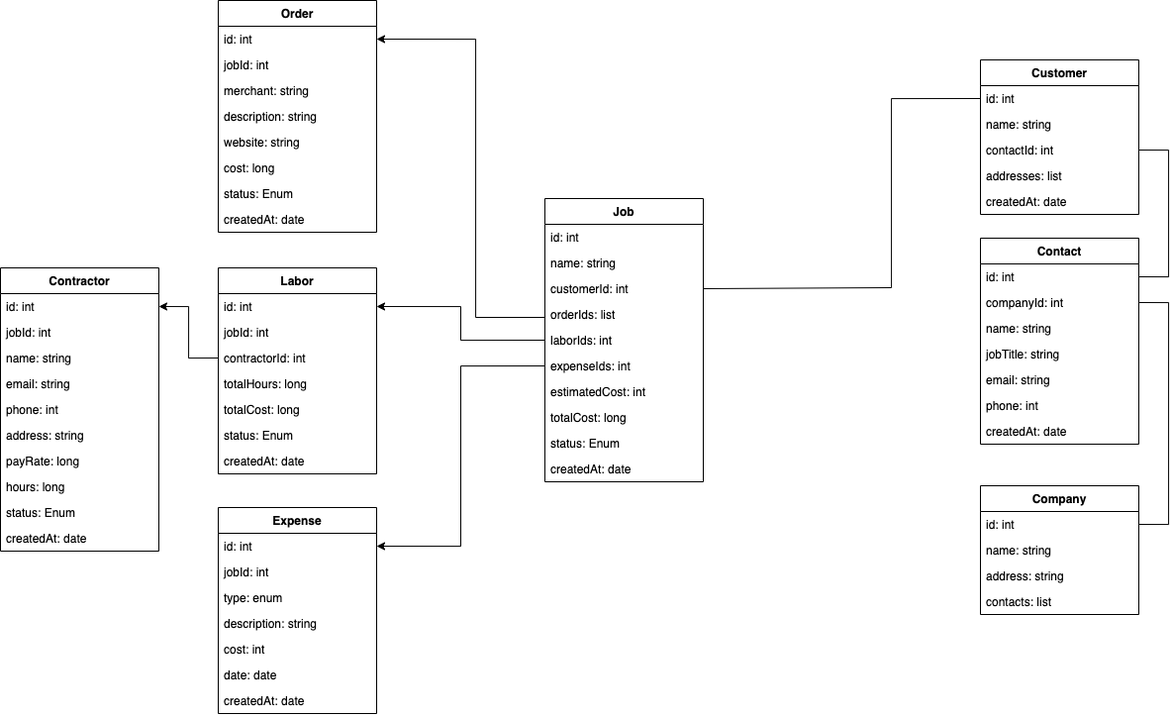
Before: Database Relationships.png, a diagram exported from draw.io (joshuarreid/JobManager). Source tidied: cells renumbered, new cells last; positions are measured from the earlier drawing's top-left corner, leaving out a move shared by most shapes.
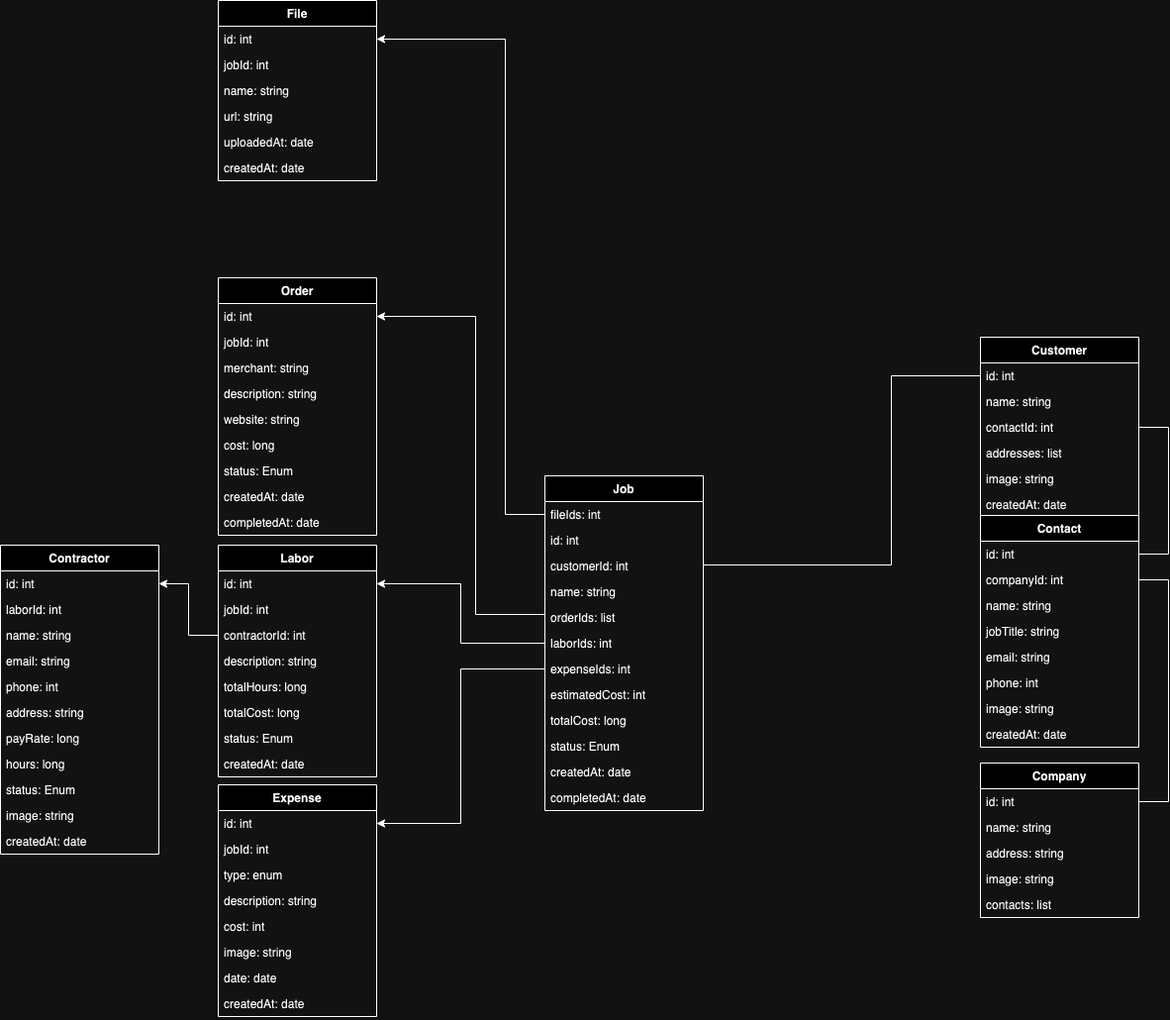
After the change.

Change to the diagram source:
```diff
@@ -3,7 +3,7 @@
     <mxCell id="0" />
     <mxCell id="1" parent="0" />
     <mxCell id="2" value="Customer" style="swimlane;fontStyle=1;align=center;verticalAlign=top;horizontal=1;startSize=26;" parent="1" vertex="1">
-      <mxGeometry x="990" y="60" width="160" height="156" as="geometry" />
+      <mxGeometry x="990" y="60" width="160" height="182" as="geometry" />
     </mxCell>
     <mxCell id="3" value="id: int" style="text;strokeColor=none;fillColor=none;align=left;verticalAlign=top;spacingLeft=4;spacingRight=4;overflow=hidden;points=[[0,0.5],[1,0.5]];portConstraint=eastwest;" parent="2" vertex="1">
       <mxGeometry y="26" width="160" height="26" as="geometry" />
@@ -17,11 +17,14 @@
     <mxCell id="6" value="addresses: list" style="text;strokeColor=none;fillColor=none;align=left;verticalAlign=top;spacingLeft=4;spacingRight=4;overflow=hidden;" parent="2" vertex="1">
       <mxGeometry y="104" width="160" height="26" as="geometry" />
     </mxCell>
+    <mxCell id="75" value="image: string" style="text;strokeColor=none;fillColor=none;align=left;verticalAlign=top;spacingLeft=4;spacingRight=4;overflow=hidden;" parent="2" vertex="1">
+      <mxGeometry y="130" width="160" height="26" as="geometry" />
+    </mxCell>
     <mxCell id="7" value="createdAt: date " style="text;strokeColor=none;fillColor=none;align=left;verticalAlign=top;spacingLeft=4;spacingRight=4;overflow=hidden;" parent="2" vertex="1">
-      <mxGeometry y="130" width="160" height="26" as="geometry" />
+      <mxGeometry y="156" width="160" height="26" as="geometry" />
     </mxCell>
     <mxCell id="8" value="Company" style="swimlane;fontStyle=1;align=center;verticalAlign=top;horizontal=1;startSize=26;" parent="1" vertex="1">
-      <mxGeometry x="990" y="490" width="160" height="130" as="geometry" />
+      <mxGeometry x="990" y="490" width="160" height="156" as="geometry" />
     </mxCell>
     <mxCell id="9" value="id: int" style="text;strokeColor=none;fillColor=none;align=left;verticalAlign=top;spacingLeft=4;spacingRight=4;overflow=hidden;points=[[0,0.5],[1,0.5]];portConstraint=eastwest;" parent="8" vertex="1">
       <mxGeometry y="26" width="160" height="26" as="geometry" />
@@ -32,11 +35,14 @@
     <mxCell id="11" value="address: string" style="text;strokeColor=none;fillColor=none;align=left;verticalAlign=top;spacingLeft=4;spacingRight=4;overflow=hidden;" parent="8" vertex="1">
       <mxGeometry y="78" width="160" height="26" as="geometry" />
     </mxCell>
+    <mxCell id="76" value="image: string" style="text;strokeColor=none;fillColor=none;align=left;verticalAlign=top;spacingLeft=4;spacingRight=4;overflow=hidden;" parent="8" vertex="1">
+      <mxGeometry y="104" width="160" height="26" as="geometry" />
+    </mxCell>
     <mxCell id="12" value="contacts: list" style="text;strokeColor=none;fillColor=none;align=left;verticalAlign=top;spacingLeft=4;spacingRight=4;overflow=hidden;" parent="8" vertex="1">
-      <mxGeometry y="104" width="160" height="26" as="geometry" />
+      <mxGeometry y="130" width="160" height="26" as="geometry" />
     </mxCell>
     <mxCell id="13" value="Contact" style="swimlane;fontStyle=1;align=center;verticalAlign=top;horizontal=1;startSize=26;" parent="1" vertex="1">
-      <mxGeometry x="990" y="240" width="160" height="208" as="geometry" />
+      <mxGeometry x="990" y="240" width="160" height="234" as="geometry" />
     </mxCell>
     <mxCell id="14" value="id: int" style="text;strokeColor=none;fillColor=none;align=left;verticalAlign=top;spacingLeft=4;spacingRight=4;overflow=hidden;points=[[0,0.5],[1,0.5]];portConstraint=eastwest;" parent="13" vertex="1">
       <mxGeometry y="26" width="160" height="26" as="geometry" />
@@ -56,44 +62,53 @@
     <mxCell id="19" value="phone: int" style="text;strokeColor=none;fillColor=none;align=left;verticalAlign=top;spacingLeft=4;spacingRight=4;overflow=hidden;" parent="13" vertex="1">
       <mxGeometry y="156" width="160" height="26" as="geometry" />
     </mxCell>
+    <mxCell id="77" value="image: string" style="text;strokeColor=none;fillColor=none;align=left;verticalAlign=top;spacingLeft=4;spacingRight=4;overflow=hidden;" parent="13" vertex="1">
+      <mxGeometry y="182" width="160" height="26" as="geometry" />
+    </mxCell>
     <mxCell id="20" value="createdAt: date " style="text;strokeColor=none;fillColor=none;align=left;verticalAlign=top;spacingLeft=4;spacingRight=4;overflow=hidden;" parent="13" vertex="1">
-      <mxGeometry y="182" width="160" height="26" as="geometry" />
+      <mxGeometry y="208" width="160" height="26" as="geometry" />
     </mxCell>
     <mxCell id="21" value="Job" style="swimlane;fontStyle=1;align=center;verticalAlign=top;horizontal=1;startSize=26;" parent="1" vertex="1">
-      <mxGeometry x="550" y="200" width="160" height="286" as="geometry" />
+      <mxGeometry x="550" y="200" width="160" height="338" as="geometry" />
     </mxCell>
+    <mxCell id="78" value="fileIds: int" style="text;strokeColor=none;fillColor=none;align=left;verticalAlign=top;spacingLeft=4;spacingRight=4;overflow=hidden;points=[[0,0.5],[1,0.5]];portConstraint=eastwest;" parent="21" vertex="1">
+      <mxGeometry y="26" width="160" height="26" as="geometry" />
+    </mxCell>
     <mxCell id="22" value="id: int" style="text;strokeColor=none;fillColor=none;align=left;verticalAlign=top;spacingLeft=4;spacingRight=4;overflow=hidden;" parent="21" vertex="1">
-      <mxGeometry y="26" width="160" height="26" as="geometry" />
+      <mxGeometry y="52" width="160" height="26" as="geometry" />
     </mxCell>
+    <mxCell id="24" value="customerId: int" style="text;strokeColor=none;fillColor=none;align=left;verticalAlign=top;spacingLeft=4;spacingRight=4;overflow=hidden;points=[[0,0.5],[1,0.5]];portConstraint=eastwest;" parent="21" vertex="1">
+      <mxGeometry y="78" width="160" height="26" as="geometry" />
+    </mxCell>
     <mxCell id="23" value="name: string" style="text;strokeColor=none;fillColor=none;align=left;verticalAlign=top;spacingLeft=4;spacingRight=4;overflow=hidden;" parent="21" vertex="1">
-      <mxGeometry y="52" width="160" height="26" as="geometry" />
+      <mxGeometry y="104" width="160" height="26" as="geometry" />
     </mxCell>
-    <mxCell id="24" value="customerId: int" style="text;strokeColor=none;fillColor=none;align=left;verticalAlign=top;spacingLeft=4;spacingRight=4;overflow=hidden;points=[[0,0.5],[1,0.5]];portConstraint=eastwest;" parent="21" vertex="1">
-      <mxGeometry y="78" width="160" height="26" as="geometry" />
-    </mxCell>
     <mxCell id="25" value="orderIds: list" style="text;strokeColor=none;fillColor=none;align=left;verticalAlign=top;spacingLeft=4;spacingRight=4;overflow=hidden;points=[[0,0.5],[1,0.5]];portConstraint=eastwest;" parent="21" vertex="1">
-      <mxGeometry y="104" width="160" height="26" as="geometry" />
+      <mxGeometry y="130" width="160" height="26" as="geometry" />
     </mxCell>
     <mxCell id="26" value="laborIds: int" style="text;strokeColor=none;fillColor=none;align=left;verticalAlign=top;spacingLeft=4;spacingRight=4;overflow=hidden;points=[[0,0.5],[1,0.5]];portConstraint=eastwest;" parent="21" vertex="1">
-      <mxGeometry y="130" width="160" height="26" as="geometry" />
+      <mxGeometry y="156" width="160" height="26" as="geometry" />
     </mxCell>
     <mxCell id="27" value="expenseIds: int" style="text;strokeColor=none;fillColor=none;align=left;verticalAlign=top;spacingLeft=4;spacingRight=4;overflow=hidden;points=[[0,0.5],[1,0.5]];portConstraint=eastwest;" parent="21" vertex="1">
-      <mxGeometry y="156" width="160" height="26" as="geometry" />
+      <mxGeometry y="182" width="160" height="26" as="geometry" />
     </mxCell>
     <mxCell id="28" value="estimatedCost: int" style="text;strokeColor=none;fillColor=none;align=left;verticalAlign=top;spacingLeft=4;spacingRight=4;overflow=hidden;" parent="21" vertex="1">
-      <mxGeometry y="182" width="160" height="26" as="geometry" />
+      <mxGeometry y="208" width="160" height="26" as="geometry" />
     </mxCell>
     <mxCell id="29" value="totalCost: long" style="text;strokeColor=none;fillColor=none;align=left;verticalAlign=top;spacingLeft=4;spacingRight=4;overflow=hidden;" parent="21" vertex="1">
-      <mxGeometry y="208" width="160" height="26" as="geometry" />
+      <mxGeometry y="234" width="160" height="26" as="geometry" />
     </mxCell>
     <mxCell id="30" value="status: Enum" style="text;strokeColor=none;fillColor=none;align=left;verticalAlign=top;spacingLeft=4;spacingRight=4;overflow=hidden;" parent="21" vertex="1">
-      <mxGeometry y="234" width="160" height="26" as="geometry" />
+      <mxGeometry y="260" width="160" height="26" as="geometry" />
     </mxCell>
     <mxCell id="31" value="createdAt: date " style="text;strokeColor=none;fillColor=none;align=left;verticalAlign=top;spacingLeft=4;spacingRight=4;overflow=hidden;" parent="21" vertex="1">
-      <mxGeometry y="260" width="160" height="26" as="geometry" />
+      <mxGeometry y="286" width="160" height="26" as="geometry" />
     </mxCell>
+    <mxCell id="79" value="completedAt: date " style="text;strokeColor=none;fillColor=none;align=left;verticalAlign=top;spacingLeft=4;spacingRight=4;overflow=hidden;" parent="21" vertex="1">
+      <mxGeometry y="312" width="160" height="26" as="geometry" />
+    </mxCell>
     <mxCell id="32" value="Order" style="swimlane;fontStyle=1;align=center;verticalAlign=top;horizontal=1;startSize=26;" parent="1" vertex="1">
-      <mxGeometry x="220" width="160" height="234" as="geometry" />
+      <mxGeometry x="220" width="160" height="260" as="geometry" />
     </mxCell>
     <mxCell id="33" value="id: int" style="text;strokeColor=none;fillColor=none;align=left;verticalAlign=top;spacingLeft=4;spacingRight=4;overflow=hidden;points=[[0,0.5],[1,0.5]];portConstraint=eastwest;" parent="32" vertex="1">
       <mxGeometry y="26" width="160" height="26" as="geometry" />
@@ -119,6 +134,9 @@
     <mxCell id="40" value="createdAt: date " style="text;strokeColor=none;fillColor=none;align=left;verticalAlign=top;spacingLeft=4;spacingRight=4;overflow=hidden;" parent="32" vertex="1">
       <mxGeometry y="208" width="160" height="26" as="geometry" />
     </mxCell>
+    <mxCell id="80" value="completedAt: date " style="text;strokeColor=none;fillColor=none;align=left;verticalAlign=top;spacingLeft=4;spacingRight=4;overflow=hidden;" parent="32" vertex="1">
+      <mxGeometry y="234" width="160" height="26" as="geometry" />
+    </mxCell>
     <mxCell id="41" style="endArrow=none;html=1;rounded=0;exitX=1;exitY=0.5;exitDx=0;exitDy=0;entryX=0;entryY=0.5;entryDx=0;entryDy=0;edgeStyle=orthogonalEdgeStyle;" parent="1" edge="1" source="24" target="3">
       <mxGeometry relative="1" as="geometry">
         <Array as="points">
@@ -145,7 +163,7 @@
       </mxGeometry>
     </mxCell>
     <mxCell id="44" value="Labor" style="swimlane;fontStyle=1;align=center;verticalAlign=top;horizontal=1;startSize=26;" parent="1" vertex="1">
-      <mxGeometry x="220" y="270" width="160" height="208" as="geometry" />
+      <mxGeometry x="220" y="270" width="160" height="234" as="geometry" />
     </mxCell>
     <mxCell id="45" value="id: int" style="text;strokeColor=none;fillColor=none;align=left;verticalAlign=top;spacingLeft=4;spacingRight=4;overflow=hidden;points=[[0,0.5],[1,0.5]];portConstraint=eastwest;" parent="44" vertex="1">
       <mxGeometry y="26" width="160" height="26" as="geometry" />
@@ -156,20 +174,23 @@
     <mxCell id="47" value="contractorId: int" style="text;strokeColor=none;fillColor=none;align=left;verticalAlign=top;spacingLeft=4;spacingRight=4;overflow=hidden;points=[[0,0.5],[1,0.5]];portConstraint=eastwest;" parent="44" vertex="1">
       <mxGeometry y="78" width="160" height="26" as="geometry" />
     </mxCell>
+    <mxCell id="81" value="description: string" style="text;strokeColor=none;fillColor=none;align=left;verticalAlign=top;spacingLeft=4;spacingRight=4;overflow=hidden;" parent="44" vertex="1">
+      <mxGeometry y="104" width="160" height="26" as="geometry" />
+    </mxCell>
     <mxCell id="48" value="totalHours: long" style="text;strokeColor=none;fillColor=none;align=left;verticalAlign=top;spacingLeft=4;spacingRight=4;overflow=hidden;" parent="44" vertex="1">
-      <mxGeometry y="104" width="160" height="26" as="geometry" />
+      <mxGeometry y="130" width="160" height="26" as="geometry" />
     </mxCell>
     <mxCell id="49" value="totalCost: long" style="text;strokeColor=none;fillColor=none;align=left;verticalAlign=top;spacingLeft=4;spacingRight=4;overflow=hidden;" parent="44" vertex="1">
-      <mxGeometry y="130" width="160" height="26" as="geometry" />
+      <mxGeometry y="156" width="160" height="26" as="geometry" />
     </mxCell>
     <mxCell id="50" value="status: Enum" style="text;strokeColor=none;fillColor=none;align=left;verticalAlign=top;spacingLeft=4;spacingRight=4;overflow=hidden;" parent="44" vertex="1">
-      <mxGeometry y="156" width="160" height="26" as="geometry" />
+      <mxGeometry y="182" width="160" height="26" as="geometry" />
     </mxCell>
     <mxCell id="51" value="createdAt: date " style="text;strokeColor=none;fillColor=none;align=left;verticalAlign=top;spacingLeft=4;spacingRight=4;overflow=hidden;" parent="44" vertex="1">
-      <mxGeometry y="182" width="160" height="26" as="geometry" />
+      <mxGeometry y="208" width="160" height="26" as="geometry" />
     </mxCell>
     <mxCell id="52" value="Expense" style="swimlane;fontStyle=1;align=center;verticalAlign=top;horizontal=1;startSize=26;" parent="1" vertex="1">
-      <mxGeometry x="220" y="512" width="160" height="208" as="geometry" />
+      <mxGeometry x="220" y="512" width="160" height="234" as="geometry" />
     </mxCell>
     <mxCell id="53" value="id: int" style="text;strokeColor=none;fillColor=none;align=left;verticalAlign=top;spacingLeft=4;spacingRight=4;overflow=hidden;points=[[0,0.5],[1,0.5]];portConstraint=eastwest;" parent="52" vertex="1">
       <mxGeometry y="26" width="160" height="26" as="geometry" />
@@ -186,19 +207,22 @@
     <mxCell id="57" value="cost: int" style="text;strokeColor=none;fillColor=none;align=left;verticalAlign=top;spacingLeft=4;spacingRight=4;overflow=hidden;" parent="52" vertex="1">
       <mxGeometry y="130" width="160" height="26" as="geometry" />
     </mxCell>
+    <mxCell id="82" value="image: string" style="text;strokeColor=none;fillColor=none;align=left;verticalAlign=top;spacingLeft=4;spacingRight=4;overflow=hidden;" parent="52" vertex="1">
+      <mxGeometry y="156" width="160" height="26" as="geometry" />
+    </mxCell>
     <mxCell id="58" value="date: date" style="text;strokeColor=none;fillColor=none;align=left;verticalAlign=top;spacingLeft=4;spacingRight=4;overflow=hidden;" parent="52" vertex="1">
-      <mxGeometry y="156" width="160" height="26" as="geometry" />
+      <mxGeometry y="182" width="160" height="26" as="geometry" />
     </mxCell>
     <mxCell id="59" value="createdAt: date " style="text;strokeColor=none;fillColor=none;align=left;verticalAlign=top;spacingLeft=4;spacingRight=4;overflow=hidden;" parent="52" vertex="1">
-      <mxGeometry y="182" width="160" height="26" as="geometry" />
+      <mxGeometry y="208" width="160" height="26" as="geometry" />
     </mxCell>
     <mxCell id="60" value="Contractor" style="swimlane;fontStyle=1;align=center;verticalAlign=top;horizontal=1;startSize=26;" parent="1" vertex="1">
-      <mxGeometry y="270" width="160" height="286" as="geometry" />
+      <mxGeometry y="270" width="160" height="312" as="geometry" />
     </mxCell>
     <mxCell id="61" value="id: int" style="text;strokeColor=none;fillColor=none;align=left;verticalAlign=top;spacingLeft=4;spacingRight=4;overflow=hidden;points=[[0,0.5],[1,0.5]];portConstraint=eastwest;" parent="60" vertex="1">
       <mxGeometry y="26" width="160" height="26" as="geometry" />
     </mxCell>
-    <mxCell id="62" value="jobId: int" style="text;strokeColor=none;fillColor=none;align=left;verticalAlign=top;spacingLeft=4;spacingRight=4;overflow=hidden;" parent="60" vertex="1">
+    <mxCell id="62" value="laborId: int" style="text;strokeColor=none;fillColor=none;align=left;verticalAlign=top;spacingLeft=4;spacingRight=4;overflow=hidden;" parent="60" vertex="1">
       <mxGeometry y="52" width="160" height="26" as="geometry" />
     </mxCell>
     <mxCell id="63" value="name: string" style="text;strokeColor=none;fillColor=none;align=left;verticalAlign=top;spacingLeft=4;spacingRight=4;overflow=hidden;" parent="60" vertex="1">
@@ -222,8 +246,11 @@
     <mxCell id="69" value="status: Enum" style="text;strokeColor=none;fillColor=none;align=left;verticalAlign=top;spacingLeft=4;spacingRight=4;overflow=hidden;" parent="60" vertex="1">
       <mxGeometry y="234" width="160" height="26" as="geometry" />
     </mxCell>
+    <mxCell id="83" value="image: string" style="text;strokeColor=none;fillColor=none;align=left;verticalAlign=top;spacingLeft=4;spacingRight=4;overflow=hidden;" parent="60" vertex="1">
+      <mxGeometry y="260" width="160" height="26" as="geometry" />
+    </mxCell>
     <mxCell id="70" value="createdAt: date " style="text;strokeColor=none;fillColor=none;align=left;verticalAlign=top;spacingLeft=4;spacingRight=4;overflow=hidden;" parent="60" vertex="1">
-      <mxGeometry y="260" width="160" height="26" as="geometry" />
+      <mxGeometry y="286" width="160" height="26" as="geometry" />
     </mxCell>
     <mxCell id="71" style="edgeStyle=orthogonalEdgeStyle;rounded=0;jettySize=auto;html=1;exitX=0;exitY=0.5;exitDx=0;exitDy=0;entryX=1;entryY=0.5;entryDx=0;entryDy=0;" parent="1" edge="1" source="26" target="45">
       <mxGeometry relative="1" as="geometry" />
@@ -231,8 +258,8 @@
     <mxCell id="72" style="edgeStyle=orthogonalEdgeStyle;rounded=0;jettySize=auto;html=1;exitX=0;exitY=0.5;exitDx=0;exitDy=0;entryX=1;entryY=0.5;entryDx=0;entryDy=0;" parent="1" edge="1" source="25" target="33">
       <mxGeometry relative="1" as="geometry">
         <Array as="points">
-          <mxPoint x="550" y="320" />
-          <mxPoint x="480" y="320" />
+          <mxPoint x="550" y="340" />
+          <mxPoint x="480" y="340" />
           <mxPoint x="480" y="39" />
         </Array>
       </mxGeometry>
@@ -243,5 +270,34 @@
     <mxCell id="74" style="edgeStyle=orthogonalEdgeStyle;rounded=0;jettySize=auto;html=1;exitX=0;exitY=0.5;exitDx=0;exitDy=0;entryX=1;entryY=0.5;entryDx=0;entryDy=0;" parent="1" edge="1" source="47" target="61">
       <mxGeometry relative="1" as="geometry" />
     </mxCell>
+    <mxCell id="84" value="File" style="swimlane;fontStyle=1;align=center;verticalAlign=top;horizontal=1;startSize=26;" parent="1" vertex="1">
+      <mxGeometry x="220" y="-280" width="160" height="182" as="geometry" />
+    </mxCell>
+    <mxCell id="85" value="id: int" style="text;strokeColor=none;fillColor=none;align=left;verticalAlign=top;spacingLeft=4;spacingRight=4;overflow=hidden;points=[[0,0.5],[1,0.5]];portConstraint=eastwest;" parent="84" vertex="1">
+      <mxGeometry y="26" width="160" height="26" as="geometry" />
+    </mxCell>
+    <mxCell id="86" value="jobId: int" style="text;strokeColor=none;fillColor=none;align=left;verticalAlign=top;spacingLeft=4;spacingRight=4;overflow=hidden;" parent="84" vertex="1">
+      <mxGeometry y="52" width="160" height="26" as="geometry" />
+    </mxCell>
+    <mxCell id="87" value="name: string&#10;" style="text;strokeColor=none;fillColor=none;align=left;verticalAlign=top;spacingLeft=4;spacingRight=4;overflow=hidden;" parent="84" vertex="1">
+      <mxGeometry y="78" width="160" height="26" as="geometry" />
+    </mxCell>
+    <mxCell id="88" value="url: string" style="text;strokeColor=none;fillColor=none;align=left;verticalAlign=top;spacingLeft=4;spacingRight=4;overflow=hidden;" parent="84" vertex="1">
+      <mxGeometry y="104" width="160" height="26" as="geometry" />
+    </mxCell>
+    <mxCell id="89" value="uploadedAt: date" style="text;strokeColor=none;fillColor=none;align=left;verticalAlign=top;spacingLeft=4;spacingRight=4;overflow=hidden;" parent="84" vertex="1">
+      <mxGeometry y="130" width="160" height="26" as="geometry" />
+    </mxCell>
+    <mxCell id="90" value="createdAt: date " style="text;strokeColor=none;fillColor=none;align=left;verticalAlign=top;spacingLeft=4;spacingRight=4;overflow=hidden;" parent="84" vertex="1">
+      <mxGeometry y="156" width="160" height="26" as="geometry" />
+    </mxCell>
+    <mxCell id="91" style="edgeStyle=orthogonalEdgeStyle;rounded=0;jettySize=auto;html=1;exitX=0;exitY=0.5;exitDx=0;exitDy=0;entryX=1;entryY=0.5;entryDx=0;entryDy=0;" parent="1" edge="1" source="78" target="85">
+      <mxGeometry relative="1" as="geometry">
+        <Array as="points">
+          <mxPoint x="510" y="239" />
+          <mxPoint x="510" y="-241" />
+        </Array>
+      </mxGeometry>
+    </mxCell>
   </root>
 </mxGraphModel>
```
